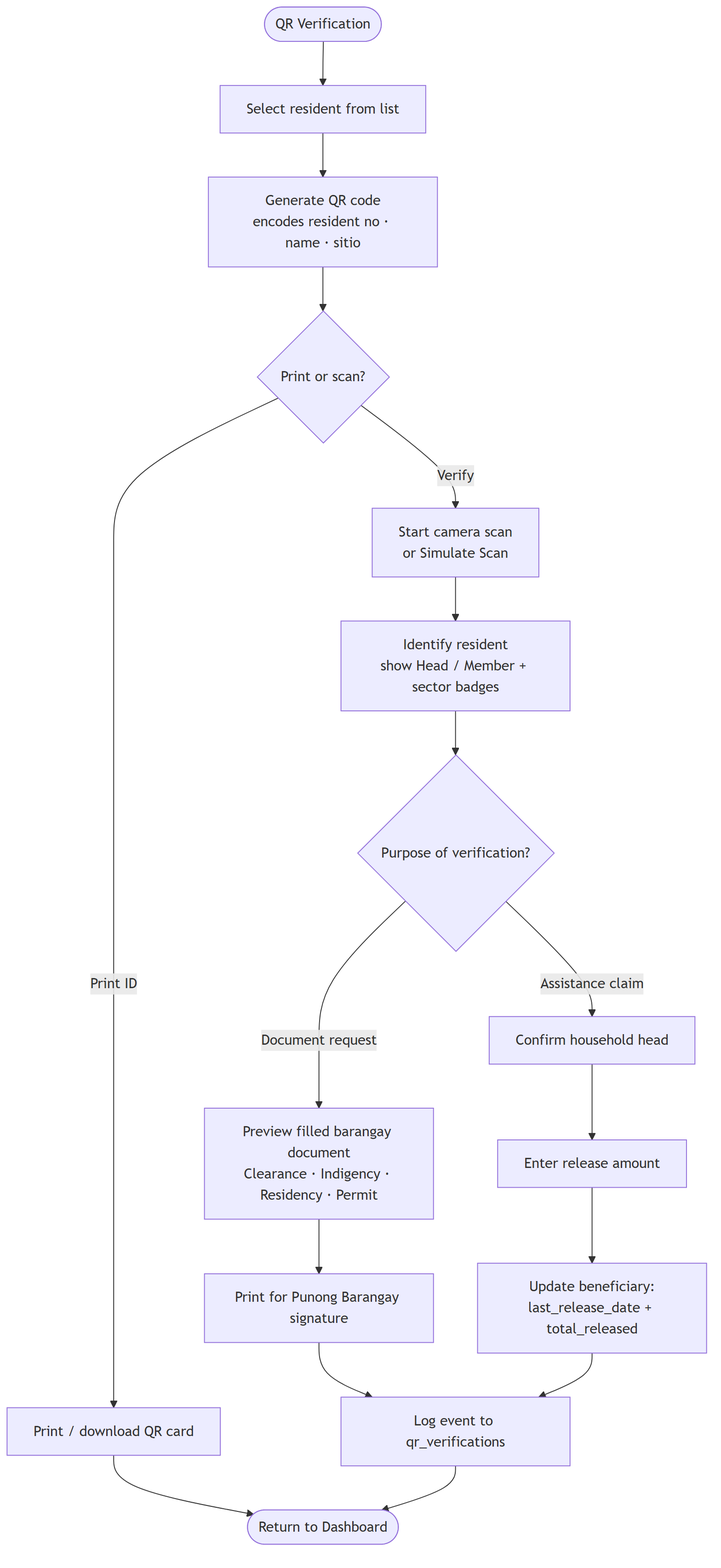
This is diagrams/modules/qr_verification.png from KellyEspera/protect, a Mermaid export, as it was before one commit. Its source is kept beside it as diagrams/modules/qr_verification.mmd. The source it was exported from:
```mermaid
flowchart TD
    B([QR Verification]) --> Sel[Select resident from list]
    Sel --> Gen[Generate QR code<br/>encodes resident no · name · sitio]
    Gen --> Card{Print or scan?}

    Card -- Print ID --> Print[Print / download QR card]
    Card -- Verify --> Scan[Start camera scan<br/>or Simulate Scan]

    Scan --> Found[Identify resident<br/>show Head / Member + sector badges]
    Found --> Purpose{Purpose of verification?}

    Purpose -- "Document request" --> Doc[Preview filled barangay document<br/>Clearance · Indigency · Residency · Permit]
    Doc --> DocPrint[Print for Punong Barangay signature]
    DocPrint --> Log

    Purpose -- "Assistance claim" --> Verify[Confirm household head]
    Verify --> Amt[Enter release amount]
    Amt --> Release[Update beneficiary:<br/>last_release_date + total_released]
    Release --> Log[Log event to qr_verifications]

    Print --> Done([Return to Dashboard])
    Log --> Done
```
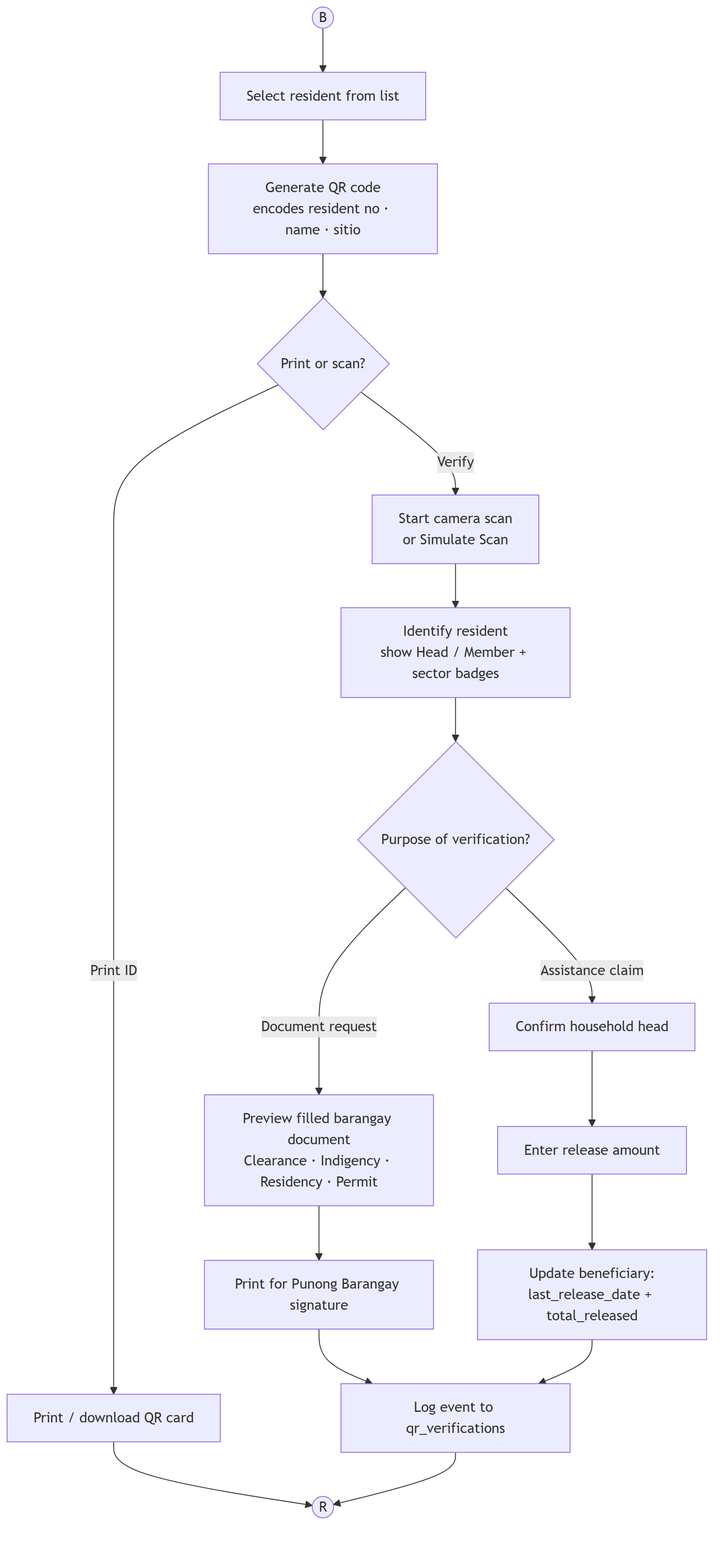
The same file after the commit.

Diff of the diagram source:
```diff
@@ -1,5 +1,5 @@
 flowchart TD
-    B([QR Verification]) --> Sel[Select resident from list]
+    B((B)) --> Sel[Select resident from list]
     Sel --> Gen[Generate QR code<br/>encodes resident no · name · sitio]
     Gen --> Card{Print or scan?}
 
@@ -18,5 +18,5 @@
     Amt --> Release[Update beneficiary:<br/>last_release_date + total_released]
     Release --> Log[Log event to qr_verifications]
 
-    Print --> Done([Return to Dashboard])
-    Log --> Done
+    Print --> R((R))
+    Log --> R
```
